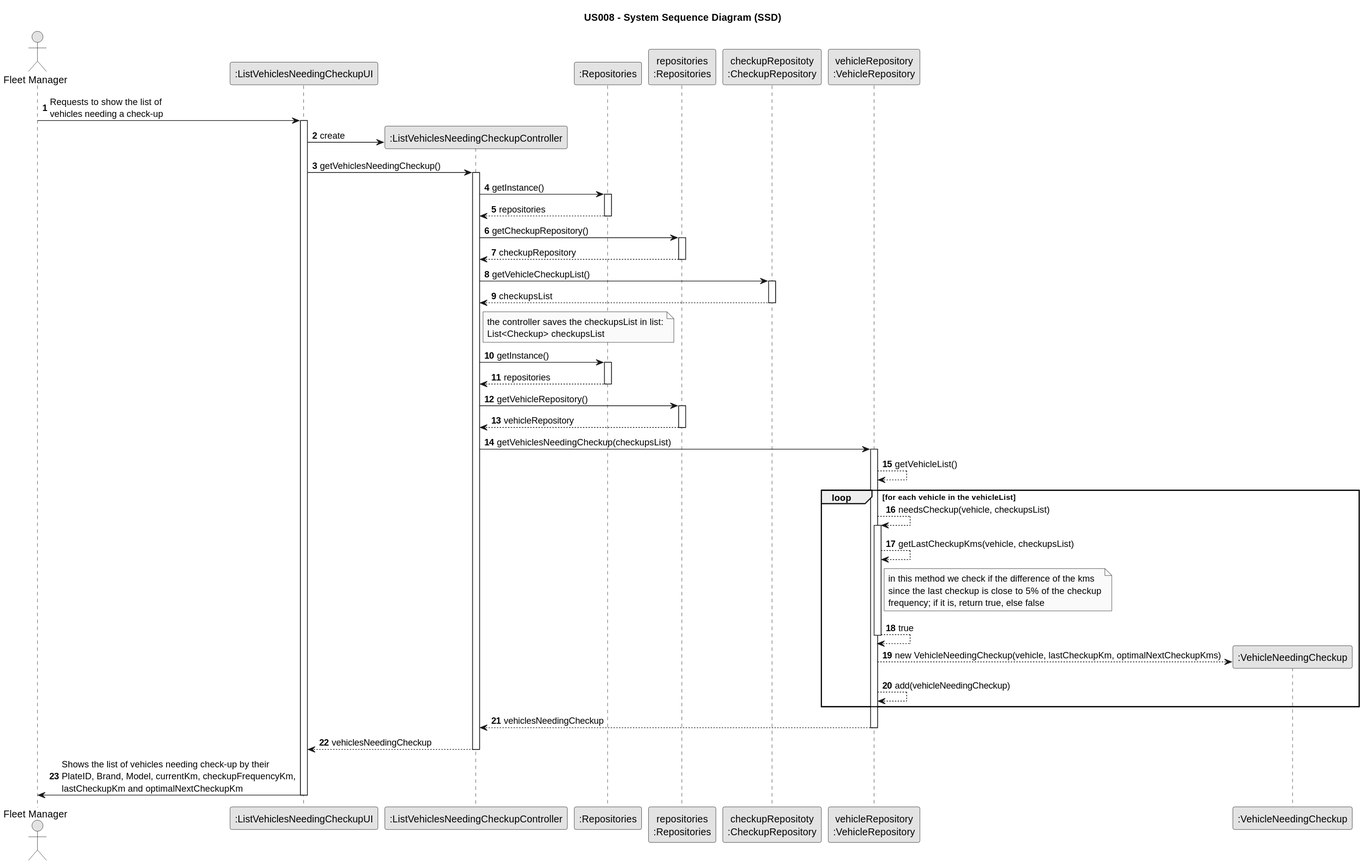
The PlantUML diagram docs/sprintB/us008/03.design/svg/us008-sequence-diagram.svg in Rui-San/LAPR2_2023_2024, before a commit.
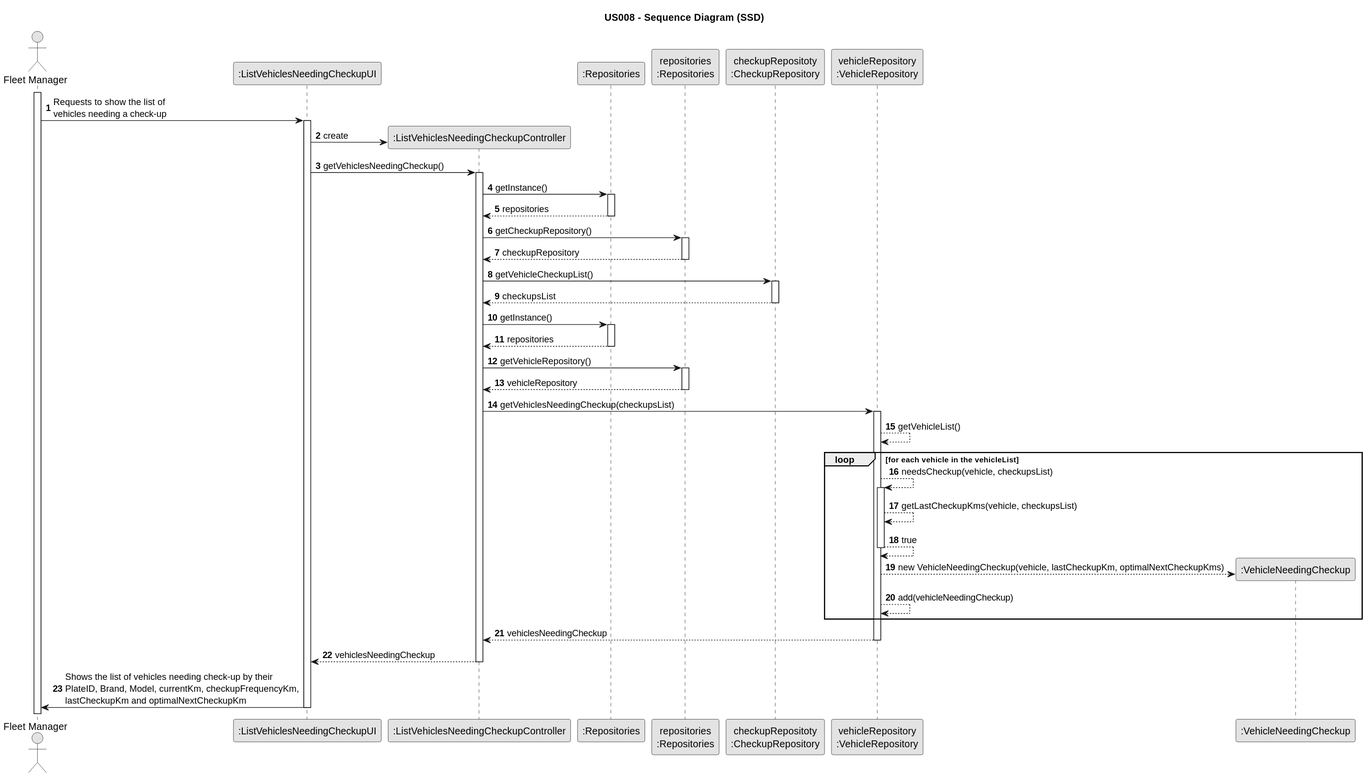
The same file after the commit.

Diff of the diagram source:
```diff
@@ -3,7 +3,7 @@
 skinparam packageStyle rectangle
 skinparam shadowing false
 
-title US008 - System Sequence Diagram (SSD)
+title US008 - Sequence Diagram (SSD)
 
 autonumber
 
@@ -16,6 +16,7 @@
 participant "vehicleRepository\n:VehicleRepository" as VRepo
 participant ":VehicleNeedingCheckup" as VehicleNeedCheckup
 
+activate Employee
     Employee -> UI : Requests to show the list of \nvehicles needing a check-up
     activate UI
 
@@ -41,11 +42,6 @@
                 CheckupRepo --> CTRL : checkupsList
             deactivate CheckupRepo
 
-            note right of CTRL
-                the controller saves the checkupsList in list:
-                List<Checkup> checkupsList
-            end note
-
             CTRL -> Repos : getInstance()
             activate Repos
 
@@ -68,11 +64,6 @@
                     activate VRepo
 
                         VRepo --> VRepo : getLastCheckupKms(vehicle, checkupsList)
-                        note right of VRepo
-                            in this method we check if the difference of the kms
-                            since the last checkup is close to 5% of the checkup
-                            frequency; if it is, return true, else false
-                        end note
                         VRepo --> VRepo : true
                     deactivate VRepo
 
```
